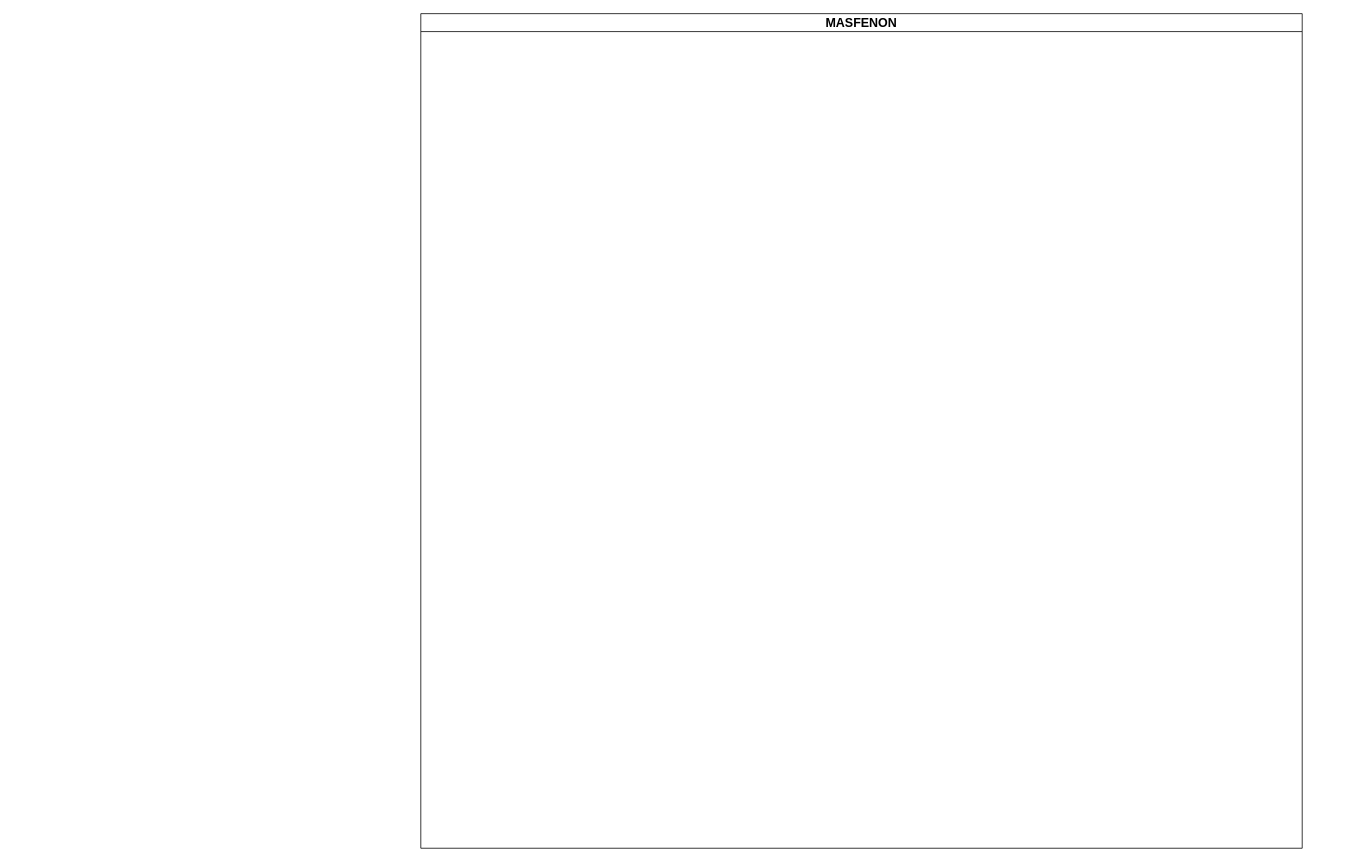
Before: docs/images/UMLfull.drawio in josura/c2c-sepia, a draw.io diagram. Source tidied: cells renumbered, new cells numbered last; positions are measured from the earlier drawing's top-left corner, leaving out a move shared by most shapes. Both pictures are drawn from the tidied source at 78%, with x=0, y=0 at pixel (420, 13).
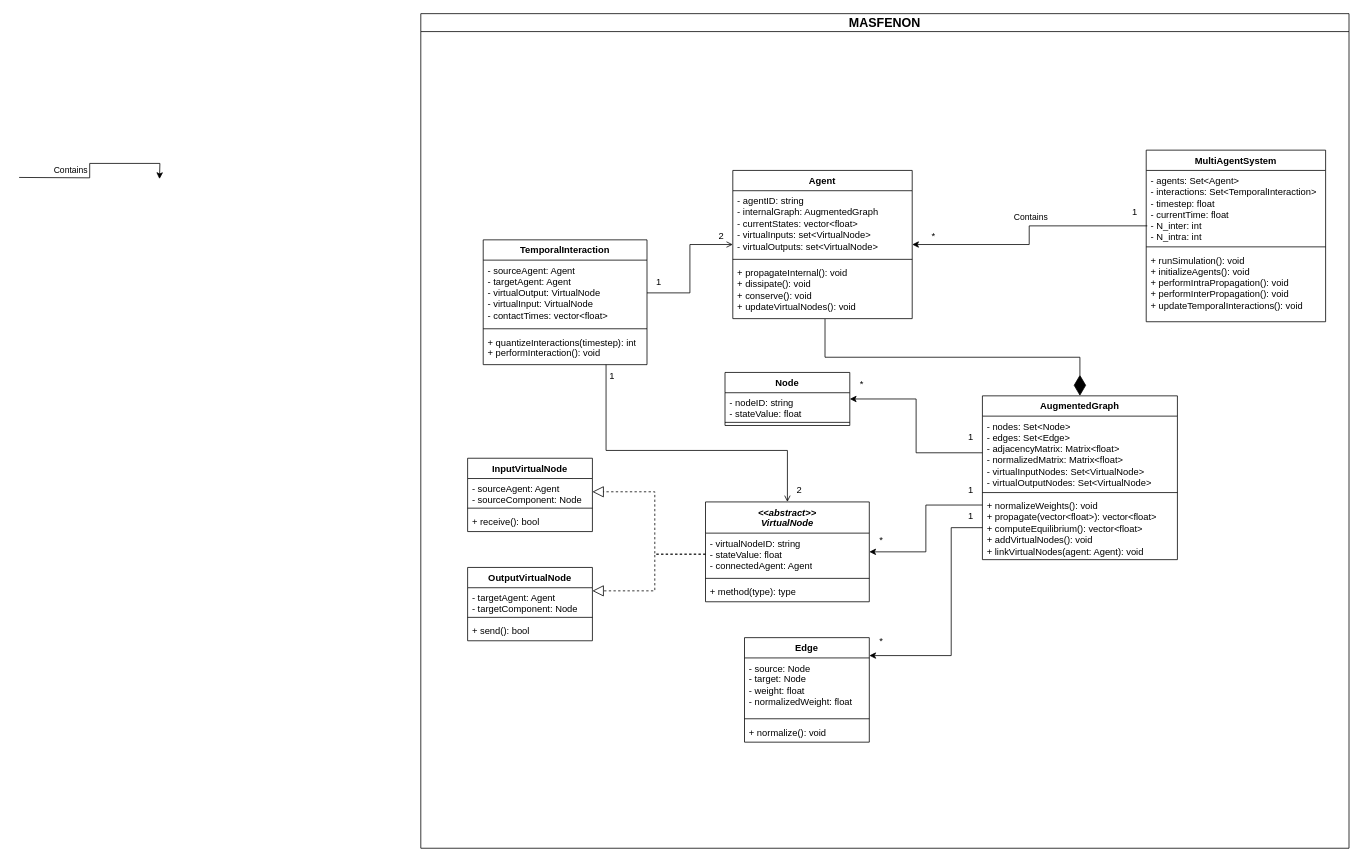
The same page after the edit.

Diff of the diagram source:
```diff
@@
     <mxCell id="2" value="MASFENON" style="swimlane;whiteSpace=wrap;html=1;fontSize=16;" parent="1" vertex="1">
-      <mxGeometry width="1130" height="1070" as="geometry" />
+      <mxGeometry width="1190" height="1070" as="geometry" />
     </mxCell>
+    <mxCell id="3" value="MultiAgentSystem" style="swimlane;fontStyle=1;align=center;verticalAlign=top;horizontal=1;startSize=26;whiteSpace=wrap;html=1;" parent="2" vertex="1">
+      <mxGeometry x="930" y="175" width="230" height="220" as="geometry" />
+    </mxCell>
+    <mxCell id="4" value="- agents: Set&amp;lt;Agent&amp;gt;&amp;nbsp;&lt;br&gt;- interactions: Set&amp;lt;TemporalInteraction&amp;gt;&lt;br&gt;- timestep: float&amp;nbsp; &amp;nbsp; &amp;nbsp; &amp;nbsp; &amp;nbsp; &amp;nbsp; &amp;nbsp; &amp;nbsp; &amp;nbsp; &amp;nbsp;&amp;nbsp;&lt;br&gt;- currentTime: float&amp;nbsp; &amp;nbsp; &amp;nbsp; &amp;nbsp; &amp;nbsp; &amp;nbsp; &amp;nbsp;&amp;nbsp;&lt;br&gt;- N_inter: int&lt;br&gt;- N_intra: int&amp;nbsp;" style="text;strokeColor=none;fillColor=none;align=left;verticalAlign=top;spacingLeft=4;spacingRight=4;overflow=hidden;points=[[0,0.5],[1,0.5]];portConstraint=eastwest;whiteSpace=wrap;html=1;" parent="3" vertex="1">
+      <mxGeometry y="26" width="230" height="94" as="geometry" />
+    </mxCell>
+    <mxCell id="5" style="line;strokeWidth=1;fillColor=none;align=left;verticalAlign=middle;spacingTop=-1;spacingLeft=3;spacingRight=3;labelPosition=right;strokeColor=inherit;" parent="3" vertex="1">
+      <mxGeometry y="120" width="230" height="8" as="geometry" />
+    </mxCell>
+    <mxCell id="6" value="+ runSimulation(): void&lt;br&gt;+ initializeAgents(): void&lt;br&gt;+ performIntraPropagation(): void&lt;br&gt;+ performInterPropagation(): void&lt;br&gt;+ updateTemporalInteractions(): void" style="text;strokeColor=none;fillColor=none;align=left;verticalAlign=top;spacingLeft=4;spacingRight=4;overflow=hidden;whiteSpace=wrap;html=1;" parent="3" vertex="1">
+      <mxGeometry y="128" width="230" height="92" as="geometry" />
+    </mxCell>
+    <mxCell id="7" value="Agent" style="swimlane;fontStyle=1;align=center;verticalAlign=top;horizontal=1;startSize=26;whiteSpace=wrap;html=1;" parent="2" vertex="1">
+      <mxGeometry x="400" y="201" width="230" height="190" as="geometry" />
+    </mxCell>
+    <mxCell id="8" value="- agentID: string&lt;br&gt;- internalGraph: AugmentedGraph&lt;br&gt;- currentStates: vector&amp;lt;float&amp;gt;&lt;br&gt;- virtualInputs: set&amp;lt;VirtualNode&amp;gt;&lt;br&gt;- virtualOutputs: set&amp;lt;VirtualNode&amp;gt;" style="text;strokeColor=none;fillColor=none;align=left;verticalAlign=top;spacingLeft=4;spacingRight=4;overflow=hidden;whiteSpace=wrap;html=1;" parent="7" vertex="1">
+      <mxGeometry y="26" width="230" height="84" as="geometry" />
+    </mxCell>
+    <mxCell id="9" style="line;strokeWidth=1;fillColor=none;align=left;verticalAlign=middle;spacingTop=-1;spacingLeft=3;spacingRight=3;labelPosition=right;strokeColor=inherit;" parent="7" vertex="1">
+      <mxGeometry y="110" width="230" height="8" as="geometry" />
+    </mxCell>
+    <mxCell id="10" value="+ propagateInternal(): void&lt;br&gt;+ dissipate(): void&lt;br&gt;+ conserve(): void&lt;br&gt;+ updateVirtualNodes(): void&amp;nbsp;" style="text;strokeColor=none;fillColor=none;align=left;verticalAlign=top;spacingLeft=4;spacingRight=4;overflow=hidden;points=[[0,0.5],[1,0.5]];portConstraint=eastwest;whiteSpace=wrap;html=1;" parent="7" vertex="1">
+      <mxGeometry y="118" width="230" height="72" as="geometry" />
+    </mxCell>
+    <mxCell id="11" value="1" style="text;html=1;align=center;verticalAlign=middle;strokeColor=none;fillColor=none;" parent="2" vertex="1">
+      <mxGeometry x="900" y="240" width="30" height="30" as="geometry" />
+    </mxCell>
+    <mxCell id="12" value="AugmentedGraph" style="swimlane;fontStyle=1;align=center;verticalAlign=top;horizontal=1;startSize=26;whiteSpace=wrap;html=1;" parent="2" vertex="1">
+      <mxGeometry x="720" y="490" width="250" height="210" as="geometry" />
+    </mxCell>
+    <mxCell id="13" value="- nodes: Set&amp;lt;Node&amp;gt;&lt;br&gt;- edges: Set&amp;lt;Edge&amp;gt;&lt;br&gt;- adjacencyMatrix: Matrix&amp;lt;float&amp;gt;&lt;br&gt;- normalizedMatrix: Matrix&amp;lt;float&amp;gt;&lt;br&gt;- virtualInputNodes: Set&amp;lt;VirtualNode&amp;gt;&lt;br&gt;- virtualOutputNodes: Set&amp;lt;VirtualNode&amp;gt;&amp;nbsp;" style="text;strokeColor=none;fillColor=none;align=left;verticalAlign=top;spacingLeft=4;spacingRight=4;overflow=hidden;points=[[0,0.5],[1,0.5]];portConstraint=eastwest;whiteSpace=wrap;html=1;" parent="12" vertex="1">
+      <mxGeometry y="26" width="250" height="94" as="geometry" />
+    </mxCell>
+    <mxCell id="14" style="line;strokeWidth=1;fillColor=none;align=left;verticalAlign=middle;spacingTop=-1;spacingLeft=3;spacingRight=3;labelPosition=right;strokeColor=inherit;" parent="12" vertex="1">
+      <mxGeometry y="120" width="250" height="8" as="geometry" />
+    </mxCell>
+    <mxCell id="15" value="+ normalizeWeights(): void&lt;br&gt;+ propagate(vector&amp;lt;float&amp;gt;): vector&amp;lt;float&amp;gt;&lt;br&gt;+ computeEquilibrium(): vector&amp;lt;float&amp;gt;&lt;br&gt;+ addVirtualNodes(): void&lt;br&gt;+ linkVirtualNodes(agent: Agent): void" style="text;strokeColor=none;fillColor=none;align=left;verticalAlign=top;spacingLeft=4;spacingRight=4;overflow=hidden;points=[[0,0.5],[1,0.5]];portConstraint=eastwest;whiteSpace=wrap;html=1;" parent="12" vertex="1">
+      <mxGeometry y="128" width="250" height="82" as="geometry" />
+    </mxCell>
+    <mxCell id="16" style="endArrow=diamondThin;endFill=1;endSize=24;html=1;rounded=0;entryX=0.5;entryY=0;entryDx=0;entryDy=0;exitX=0.514;exitY=1.007;exitDx=0;exitDy=0;exitPerimeter=0;edgeStyle=orthogonalEdgeStyle;" parent="2" edge="1" source="10" target="12">
+      <mxGeometry relative="1" as="geometry" />
+    </mxCell>
+    <mxCell id="17" value="Node" style="swimlane;fontStyle=1;align=center;verticalAlign=top;horizontal=1;startSize=26;whiteSpace=wrap;html=1;" parent="2" vertex="1">
+      <mxGeometry x="390" y="460" width="160" height="68" as="geometry" />
+    </mxCell>
+    <mxCell id="18" value="- nodeID: string&lt;br&gt;- stateValue: float" style="text;strokeColor=none;fillColor=none;align=left;verticalAlign=top;spacingLeft=4;spacingRight=4;overflow=hidden;whiteSpace=wrap;html=1;" parent="17" vertex="1">
+      <mxGeometry y="26" width="160" height="34" as="geometry" />
+    </mxCell>
+    <mxCell id="19" style="line;strokeWidth=1;fillColor=none;align=left;verticalAlign=middle;spacingTop=-1;spacingLeft=3;spacingRight=3;labelPosition=right;strokeColor=inherit;" parent="17" vertex="1">
+      <mxGeometry y="60" width="160" height="8" as="geometry" />
+    </mxCell>
+    <mxCell id="20" value="&lt;div&gt;&lt;i&gt;&amp;lt;&amp;lt;abstract&amp;gt;&amp;gt;&lt;/i&gt;&lt;/div&gt;&lt;div&gt;&lt;i&gt;VirtualNode&lt;/i&gt;&lt;/div&gt;" style="swimlane;fontStyle=1;align=center;verticalAlign=top;horizontal=1;startSize=40;whiteSpace=wrap;html=1;" parent="2" vertex="1">
+      <mxGeometry x="365" y="626" width="210" height="128" as="geometry" />
+    </mxCell>
+    <mxCell id="21" value="- virtualNodeID: string&lt;br&gt;- stateValue: float&lt;br&gt;- connectedAgent: Agent" style="text;strokeColor=none;fillColor=none;align=left;verticalAlign=top;spacingLeft=4;spacingRight=4;overflow=hidden;points=[[0,0.5],[1,0.5]];portConstraint=eastwest;whiteSpace=wrap;html=1;" parent="20" vertex="1">
+      <mxGeometry y="40" width="210" height="54" as="geometry" />
+    </mxCell>
+    <mxCell id="22" style="line;strokeWidth=1;fillColor=none;align=left;verticalAlign=middle;spacingTop=-1;spacingLeft=3;spacingRight=3;labelPosition=right;strokeColor=inherit;" parent="20" vertex="1">
+      <mxGeometry y="94" width="210" height="8" as="geometry" />
+    </mxCell>
+    <mxCell id="23" value="+ method(type): type" style="text;strokeColor=none;fillColor=none;align=left;verticalAlign=top;spacingLeft=4;spacingRight=4;overflow=hidden;whiteSpace=wrap;html=1;" parent="20" vertex="1">
+      <mxGeometry y="102" width="210" height="26" as="geometry" />
+    </mxCell>
+    <mxCell id="24" value="Edge" style="swimlane;fontStyle=1;align=center;verticalAlign=top;horizontal=1;startSize=26;whiteSpace=wrap;html=1;" parent="2" vertex="1">
+      <mxGeometry x="415" y="800" width="160" height="134" as="geometry" />
+    </mxCell>
+    <mxCell id="25" value="- source: Node&lt;br&gt;- target: Node&lt;br&gt;- weight: float&lt;br&gt;- normalizedWeight: float&amp;nbsp;" style="text;strokeColor=none;fillColor=none;align=left;verticalAlign=top;spacingLeft=4;spacingRight=4;overflow=hidden;whiteSpace=wrap;html=1;" parent="24" vertex="1">
+      <mxGeometry y="26" width="160" height="74" as="geometry" />
+    </mxCell>
+    <mxCell id="26" style="line;strokeWidth=1;fillColor=none;align=left;verticalAlign=middle;spacingTop=-1;spacingLeft=3;spacingRight=3;labelPosition=right;strokeColor=inherit;" parent="24" vertex="1">
+      <mxGeometry y="100" width="160" height="8" as="geometry" />
+    </mxCell>
+    <mxCell id="27" value="+ normalize(): void" style="text;strokeColor=none;fillColor=none;align=left;verticalAlign=top;spacingLeft=4;spacingRight=4;overflow=hidden;whiteSpace=wrap;html=1;" parent="24" vertex="1">
+      <mxGeometry y="108" width="160" height="26" as="geometry" />
+    </mxCell>
+    <mxCell id="28" style="edgeStyle=orthogonalEdgeStyle;rounded=0;jettySize=auto;html=1;exitX=0;exitY=0.5;exitDx=0;exitDy=0;" parent="2" edge="1" source="13" target="17">
+      <mxGeometry relative="1" as="geometry" />
+    </mxCell>
+    <mxCell id="29" style="edgeStyle=orthogonalEdgeStyle;rounded=0;jettySize=auto;html=1;exitX=0;exitY=0.146;exitDx=0;exitDy=0;exitPerimeter=0;" parent="2" edge="1" source="15" target="20">
+      <mxGeometry relative="1" as="geometry" />
+    </mxCell>
+    <mxCell id="30" style="edgeStyle=orthogonalEdgeStyle;rounded=0;jettySize=auto;html=1;exitX=0;exitY=0.5;exitDx=0;exitDy=0;" parent="2" edge="1" source="15" target="24">
+      <mxGeometry relative="1" as="geometry">
+        <Array as="points">
+          <mxPoint x="680" y="659" />
+          <mxPoint x="680" y="823" />
+        </Array>
+      </mxGeometry>
+    </mxCell>
+    <mxCell id="31" value="InputVirtualNode" style="swimlane;fontStyle=1;align=center;verticalAlign=top;horizontal=1;startSize=26;whiteSpace=wrap;html=1;" parent="2" vertex="1">
+      <mxGeometry x="60" y="570" width="160" height="94" as="geometry" />
+    </mxCell>
+    <mxCell id="32" value="&lt;div&gt;- sourceAgent: Agent&lt;/div&gt;&lt;div&gt;- sourceComponent: Node&lt;/div&gt;" style="text;strokeColor=none;fillColor=none;align=left;verticalAlign=top;spacingLeft=4;spacingRight=4;overflow=hidden;whiteSpace=wrap;html=1;" parent="31" vertex="1">
+      <mxGeometry y="26" width="160" height="34" as="geometry" />
+    </mxCell>
+    <mxCell id="33" style="line;strokeWidth=1;fillColor=none;align=left;verticalAlign=middle;spacingTop=-1;spacingLeft=3;spacingRight=3;labelPosition=right;strokeColor=inherit;" parent="31" vertex="1">
+      <mxGeometry y="60" width="160" height="8" as="geometry" />
+    </mxCell>
+    <mxCell id="34" value="+ receive(): bool" style="text;strokeColor=none;fillColor=none;align=left;verticalAlign=top;spacingLeft=4;spacingRight=4;overflow=hidden;whiteSpace=wrap;html=1;" parent="31" vertex="1">
+      <mxGeometry y="68" width="160" height="26" as="geometry" />
+    </mxCell>
+    <mxCell id="35" style="endArrow=block;dashed=1;endFill=0;endSize=12;html=1;rounded=0;exitX=0;exitY=0.5;exitDx=0;exitDy=0;edgeStyle=orthogonalEdgeStyle;" parent="2" edge="1" source="21" target="31">
+      <mxGeometry relative="1" as="geometry">
+        <Array as="points">
+          <mxPoint x="300" y="693" />
+          <mxPoint x="300" y="613" />
+        </Array>
+      </mxGeometry>
+    </mxCell>
+    <mxCell id="36" value="OutputVirtualNode" style="swimlane;fontStyle=1;align=center;verticalAlign=top;horizontal=1;startSize=26;whiteSpace=wrap;html=1;" parent="2" vertex="1">
+      <mxGeometry x="60" y="710" width="160" height="94" as="geometry" />
+    </mxCell>
+    <mxCell id="37" value="&lt;div&gt;- targetAgent: Agent&lt;/div&gt;&lt;div&gt;- targetComponent: Node&lt;/div&gt;" style="text;strokeColor=none;fillColor=none;align=left;verticalAlign=top;spacingLeft=4;spacingRight=4;overflow=hidden;whiteSpace=wrap;html=1;" parent="36" vertex="1">
+      <mxGeometry y="26" width="160" height="34" as="geometry" />
+    </mxCell>
+    <mxCell id="38" style="line;strokeWidth=1;fillColor=none;align=left;verticalAlign=middle;spacingTop=-1;spacingLeft=3;spacingRight=3;labelPosition=right;strokeColor=inherit;" parent="36" vertex="1">
+      <mxGeometry y="60" width="160" height="8" as="geometry" />
+    </mxCell>
+    <mxCell id="39" value="+ send(): bool" style="text;strokeColor=none;fillColor=none;align=left;verticalAlign=top;spacingLeft=4;spacingRight=4;overflow=hidden;whiteSpace=wrap;html=1;" parent="36" vertex="1">
+      <mxGeometry y="68" width="160" height="26" as="geometry" />
+    </mxCell>
+    <mxCell id="40" style="endArrow=block;dashed=1;endFill=0;endSize=12;html=1;rounded=0;exitX=0;exitY=0.5;exitDx=0;exitDy=0;edgeStyle=orthogonalEdgeStyle;" parent="2" edge="1" source="21" target="36">
+      <mxGeometry relative="1" as="geometry">
+        <Array as="points">
+          <mxPoint x="300" y="693" />
+          <mxPoint x="300" y="740" />
+        </Array>
+      </mxGeometry>
+    </mxCell>
+    <mxCell id="41" value="*" style="text;html=1;align=center;verticalAlign=middle;strokeColor=none;fillColor=none;" parent="2" vertex="1">
+      <mxGeometry x="642" y="270" width="30" height="30" as="geometry" />
+    </mxCell>
+    <mxCell id="42" style="edgeStyle=orthogonalEdgeStyle;rounded=0;orthogonalLoop=1;jettySize=auto;html=1;exitX=1;exitY=0.5;exitDx=0;exitDy=0;" parent="2" edge="1">
+      <mxGeometry relative="1" as="geometry">
+        <mxPoint x="-515" y="210" as="sourcePoint" />
+        <mxPoint x="-335" y="212" as="targetPoint" />
+      </mxGeometry>
+    </mxCell>
+    <mxCell id="43" value="Contains" style="edgeLabel;html=1;align=center;verticalAlign=middle;" parent="42" vertex="1">
+      <mxGeometry x="-0.41" y="4" relative="1" as="geometry">
+        <mxPoint y="-6" as="offset" />
+      </mxGeometry>
+    </mxCell>
+    <mxCell id="44" style="edgeStyle=orthogonalEdgeStyle;rounded=0;jettySize=auto;html=1;exitX=0.006;exitY=0.756;exitDx=0;exitDy=0;exitPerimeter=0;" parent="2" edge="1" source="4" target="7">
+      <mxGeometry relative="1" as="geometry" />
+    </mxCell>
+    <mxCell id="45" value="Contains" style="edgeLabel;html=1;align=center;verticalAlign=middle;" parent="44" vertex="1">
+      <mxGeometry x="-0.02" y="1" relative="1" as="geometry">
+        <mxPoint y="-19" as="offset" />
+      </mxGeometry>
+    </mxCell>
+    <mxCell id="46" style="edgeStyle=orthogonalEdgeStyle;rounded=0;jettySize=auto;html=1;exitX=0.75;exitY=1;exitDx=0;exitDy=0;endArrow=open;endFill=0;" parent="2" edge="1" source="47" target="20">
+      <mxGeometry relative="1" as="geometry">
+        <Array as="points">
+          <mxPoint x="238" y="560" />
+          <mxPoint x="470" y="560" />
+        </Array>
+      </mxGeometry>
+    </mxCell>
+    <mxCell id="47" value="TemporalInteraction" style="swimlane;fontStyle=1;align=center;verticalAlign=top;horizontal=1;startSize=26;whiteSpace=wrap;html=1;" parent="2" vertex="1">
+      <mxGeometry x="80" y="290" width="210" height="160" as="geometry" />
+    </mxCell>
+    <mxCell id="48" value="- sourceAgent: Agent&lt;br&gt;- targetAgent: Agent&lt;br&gt;- virtualOutput: VirtualNode&lt;br&gt;- virtualInput: VirtualNode&lt;br&gt;- contactTimes: vector&amp;lt;float&amp;gt;&amp;nbsp;&amp;nbsp;" style="text;strokeColor=none;fillColor=none;align=left;verticalAlign=top;spacingLeft=4;spacingRight=4;overflow=hidden;points=[[0,0.5],[1,0.5]];portConstraint=eastwest;whiteSpace=wrap;html=1;" parent="47" vertex="1">
+      <mxGeometry y="26" width="210" height="84" as="geometry" />
+    </mxCell>
+    <mxCell id="49" style="line;strokeWidth=1;fillColor=none;align=left;verticalAlign=middle;spacingTop=-1;spacingLeft=3;spacingRight=3;labelPosition=right;strokeColor=inherit;" parent="47" vertex="1">
+      <mxGeometry y="110" width="210" height="8" as="geometry" />
+    </mxCell>
+    <mxCell id="50" value="+ quantizeInteractions(timestep): int&lt;br&gt;+ performInteraction(): void" style="text;strokeColor=none;fillColor=none;align=left;verticalAlign=top;spacingLeft=4;spacingRight=4;overflow=hidden;whiteSpace=wrap;html=1;" parent="47" vertex="1">
+      <mxGeometry y="118" width="210" height="42" as="geometry" />
+    </mxCell>
+    <mxCell id="51" style="edgeStyle=orthogonalEdgeStyle;rounded=0;jettySize=auto;html=1;exitX=1;exitY=0.5;exitDx=0;exitDy=0;endArrow=open;endFill=0;" parent="2" edge="1" source="48" target="7">
+      <mxGeometry relative="1" as="geometry" />
+    </mxCell>
+    <mxCell id="52" value="1" style="text;html=1;align=center;verticalAlign=middle;strokeColor=none;fillColor=none;" parent="2" vertex="1">
+      <mxGeometry x="690" y="528" width="30" height="30" as="geometry" />
+    </mxCell>
+    <mxCell id="53" value="*" style="text;html=1;align=center;verticalAlign=middle;strokeColor=none;fillColor=none;" parent="2" vertex="1">
+      <mxGeometry x="550" y="460" width="30" height="30" as="geometry" />
+    </mxCell>
+    <mxCell id="54" value="*" style="text;html=1;align=center;verticalAlign=middle;strokeColor=none;fillColor=none;" parent="2" vertex="1">
+      <mxGeometry x="575" y="660" width="30" height="30" as="geometry" />
+    </mxCell>
+    <mxCell id="55" value="*" style="text;html=1;align=center;verticalAlign=middle;strokeColor=none;fillColor=none;" parent="2" vertex="1">
+      <mxGeometry x="575" y="790" width="30" height="30" as="geometry" />
+    </mxCell>
+    <mxCell id="56" value="1" style="text;html=1;align=center;verticalAlign=middle;strokeColor=none;fillColor=none;" parent="2" vertex="1">
+      <mxGeometry x="690" y="596" width="30" height="30" as="geometry" />
+    </mxCell>
+    <mxCell id="57" value="1" style="text;html=1;align=center;verticalAlign=middle;strokeColor=none;fillColor=none;" parent="2" vertex="1">
+      <mxGeometry x="690" y="630" width="30" height="30" as="geometry" />
+    </mxCell>
+    <mxCell id="58" value="1" style="text;html=1;align=center;verticalAlign=middle;strokeColor=none;fillColor=none;" parent="2" vertex="1">
+      <mxGeometry x="230" y="450" width="30" height="30" as="geometry" />
+    </mxCell>
+    <mxCell id="59" value="2" style="text;html=1;align=center;verticalAlign=middle;strokeColor=none;fillColor=none;" parent="2" vertex="1">
+      <mxGeometry x="470" y="596" width="30" height="30" as="geometry" />
+    </mxCell>
+    <mxCell id="60" value="1" style="text;html=1;align=center;verticalAlign=middle;strokeColor=none;fillColor=none;" parent="2" vertex="1">
+      <mxGeometry x="290" y="330" width="30" height="30" as="geometry" />
+    </mxCell>
+    <mxCell id="61" value="2" style="text;html=1;align=center;verticalAlign=middle;strokeColor=none;fillColor=none;" parent="2" vertex="1">
+      <mxGeometry x="370" y="270" width="30" height="30" as="geometry" />
+    </mxCell>
```
